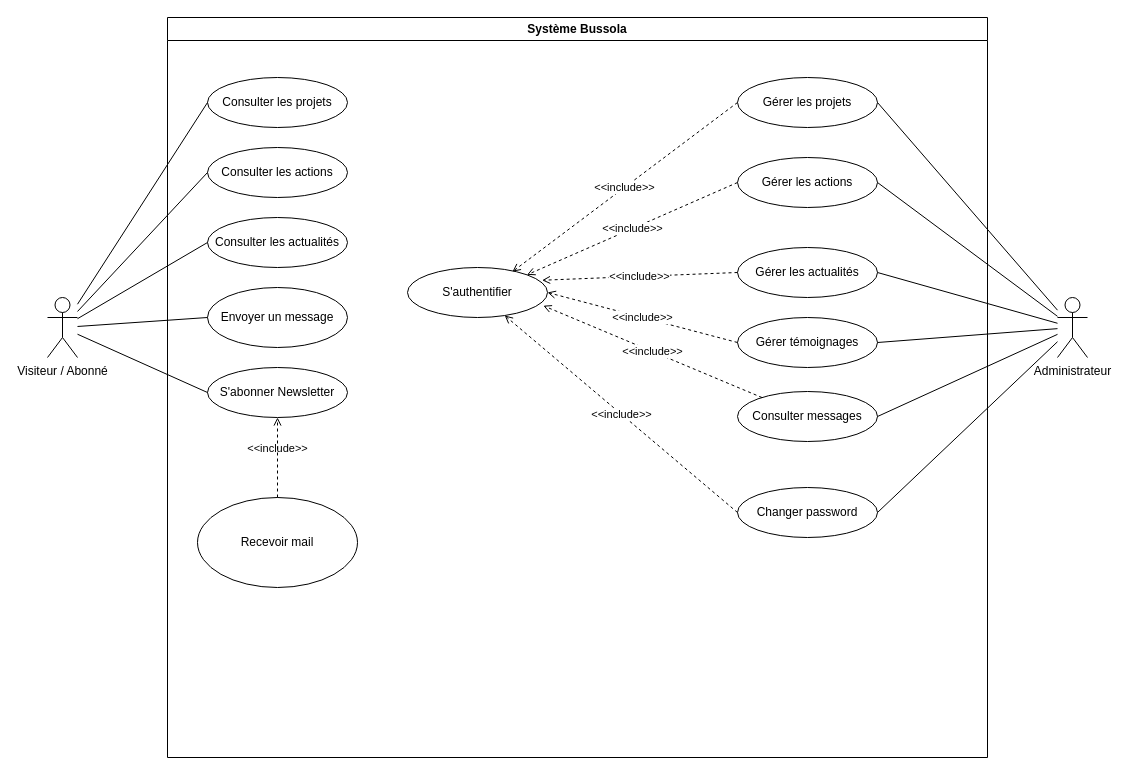
7Bhil/Bussola keeps this draw.io diagram as docs/diagramme/diagramme_cas_utilisation.drawio. Above is the earlier version. Source tidied: cells renumbered, new cells numbered last; positions are measured from the earlier drawing's top-left corner, leaving out a move shared by most shapes. Both pictures are drawn from the tidied source at 100%, with x=0, y=0 at pixel (47, 17).
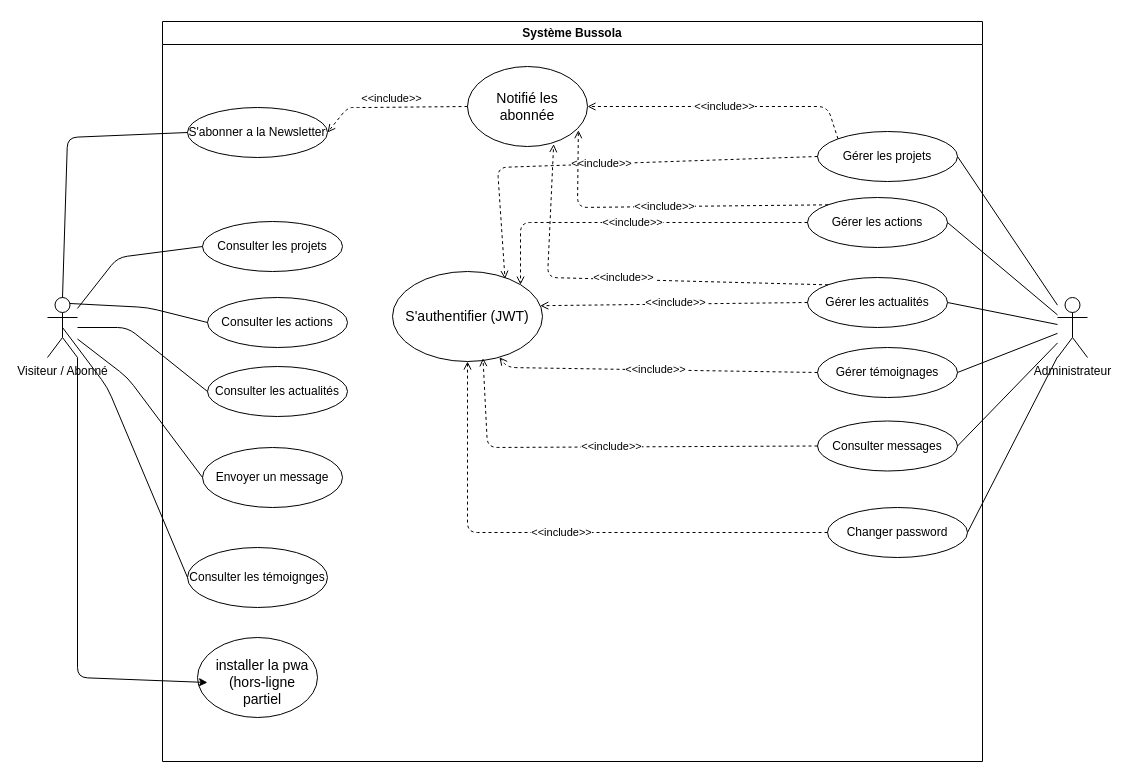
After the change.

The change refers to these unchanged cells:
```xml
<mxCell id="2" value="Visiteur / Abonné" style="shape=umlActor;verticalLabelPosition=bottom;verticalAlign=top;html=1;outlineConnect=0;" parent="1" vertex="1">
  <mxGeometry y="280" width="30" height="60" as="geometry" />
</mxCell>
```

What changed in the source:
```diff
@@
     <mxCell id="4" value="Système Bussola" style="swimlane;whiteSpace=wrap;html=1;startSize=23;" parent="1" vertex="1">
-      <mxGeometry x="120" width="820" height="740" as="geometry" />
+      <mxGeometry x="115" y="4" width="820" height="740" as="geometry" />
     </mxCell>
-    <mxCell id="5" value="S'authentifier" style="ellipse;whiteSpace=wrap;html=1;" parent="4" vertex="1">
-      <mxGeometry x="240" y="250" width="140" height="50" as="geometry" />
+    <mxCell id="5" value="&lt;font style=&quot;font-size: 14px;&quot;&gt;S'authentifier (JWT)&lt;/font&gt;" style="ellipse;whiteSpace=wrap;html=1;" parent="4" vertex="1">
+      <mxGeometry x="230" y="250" width="150" height="90" as="geometry" />
     </mxCell>
     <mxCell id="6" value="Consulter les projets" style="ellipse;whiteSpace=wrap;html=1;" parent="4" vertex="1">
-      <mxGeometry x="40" y="60" width="140" height="50" as="geometry" />
+      <mxGeometry x="40" y="200" width="140" height="50" as="geometry" />
     </mxCell>
     <mxCell id="7" value="Consulter les actions" style="ellipse;whiteSpace=wrap;html=1;" parent="4" vertex="1">
-      <mxGeometry x="40" y="130" width="140" height="50" as="geometry" />
+      <mxGeometry x="45" y="276" width="140" height="50" as="geometry" />
     </mxCell>
     <mxCell id="8" value="Consulter les actualités" style="ellipse;whiteSpace=wrap;html=1;" parent="4" vertex="1">
-      <mxGeometry x="40" y="200" width="140" height="50" as="geometry" />
+      <mxGeometry x="45" y="345" width="140" height="50" as="geometry" />
     </mxCell>
     <mxCell id="9" value="Envoyer un message" style="ellipse;whiteSpace=wrap;html=1;" parent="4" vertex="1">
-      <mxGeometry x="40" y="270" width="140" height="60" as="geometry" />
+      <mxGeometry x="40" y="426" width="140" height="60" as="geometry" />
     </mxCell>
-    <mxCell id="10" value="S'abonner Newsletter" style="ellipse;whiteSpace=wrap;html=1;" parent="4" vertex="1">
-      <mxGeometry x="40" y="350" width="140" height="50" as="geometry" />
-    </mxCell>
     <mxCell id="11" value="Gérer les projets" style="ellipse;whiteSpace=wrap;html=1;" parent="4" vertex="1">
-      <mxGeometry x="570" y="60" width="140" height="50" as="geometry" />
+      <mxGeometry x="655" y="110" width="140" height="50" as="geometry" />
     </mxCell>
     <mxCell id="12" value="Gérer les actions" style="ellipse;whiteSpace=wrap;html=1;" parent="4" vertex="1">
-      <mxGeometry x="570" y="140" width="140" height="50" as="geometry" />
+      <mxGeometry x="645" y="176" width="140" height="50" as="geometry" />
     </mxCell>
     <mxCell id="13" value="Gérer les actualités" style="ellipse;whiteSpace=wrap;html=1;" parent="4" vertex="1">
-      <mxGeometry x="570" y="230" width="140" height="50" as="geometry" />
+      <mxGeometry x="645" y="256" width="140" height="50" as="geometry" />
     </mxCell>
     <mxCell id="14" value="Gérer témoignages" style="ellipse;whiteSpace=wrap;html=1;" parent="4" vertex="1">
-      <mxGeometry x="570" y="300" width="140" height="50" as="geometry" />
+      <mxGeometry x="655" y="326" width="140" height="50" as="geometry" />
     </mxCell>
     <mxCell id="15" value="Consulter messages" style="ellipse;whiteSpace=wrap;html=1;" parent="4" vertex="1">
-      <mxGeometry x="570" y="374" width="140" height="50" as="geometry" />
+      <mxGeometry x="655" y="399.5" width="140" height="50" as="geometry" />
     </mxCell>
     <mxCell id="16" value="Changer password" style="ellipse;whiteSpace=wrap;html=1;" parent="4" vertex="1">
-      <mxGeometry x="570" y="470" width="140" height="50" as="geometry" />
+      <mxGeometry x="665" y="486" width="140" height="50" as="geometry" />
     </mxCell>
     <mxCell id="17" value="&amp;lt;&amp;lt;include&amp;gt;&amp;gt;" style="endArrow=open;dashed=1;html=1;exitX=0;exitY=0.5;entryX=0.75;entryY=0.082;exitDx=0;exitDy=0;entryDx=0;entryDy=0;entryPerimeter=0;" parent="4" edge="1" source="11" target="5">
-      <mxGeometry relative="1" as="geometry" />
+      <mxGeometry relative="1" as="geometry">
+        <Array as="points">
+          <mxPoint x="335" y="146" />
+        </Array>
+      </mxGeometry>
     </mxCell>
     <mxCell id="18" value="&amp;lt;&amp;lt;include&amp;gt;&amp;gt;" style="endArrow=open;dashed=1;html=1;exitX=0;exitY=0.5;entryX=1;entryY=0;exitDx=0;exitDy=0;entryDx=0;entryDy=0;" parent="4" edge="1" source="12" target="5">
-      <mxGeometry relative="1" as="geometry" />
+      <mxGeometry relative="1" as="geometry">
+        <Array as="points">
+          <mxPoint x="358" y="201" />
+        </Array>
+      </mxGeometry>
     </mxCell>
-    <mxCell id="19" value="&amp;lt;&amp;lt;include&amp;gt;&amp;gt;" style="endArrow=open;dashed=1;html=1;exitX=0;exitY=0.5;entryX=0.961;entryY=0.255;exitDx=0;exitDy=0;entryDx=0;entryDy=0;entryPerimeter=0;" parent="4" edge="1" source="13" target="5">
-      <mxGeometry relative="1" as="geometry" />
+    <mxCell id="19" value="&amp;lt;&amp;lt;include&amp;gt;&amp;gt;" style="endArrow=open;dashed=1;html=1;exitX=0;exitY=0.5;entryX=0.985;entryY=0.38;exitDx=0;exitDy=0;entryDx=0;entryDy=0;entryPerimeter=0;" parent="4" edge="1" source="13" target="5">
+      <mxGeometry x="-0.01" y="-2" relative="1" as="geometry" />
     </mxCell>
-    <mxCell id="20" value="&amp;lt;&amp;lt;include&amp;gt;&amp;gt;" style="endArrow=open;dashed=1;html=1;exitX=0;exitY=0.5;exitDx=0;exitDy=0;" parent="4" edge="1" source="14">
+    <mxCell id="20" value="&amp;lt;&amp;lt;include&amp;gt;&amp;gt;" style="endArrow=open;dashed=1;html=1;exitX=0;exitY=0.5;exitDx=0;exitDy=0;" parent="4" edge="1" source="14" target="5">
       <mxGeometry relative="1" as="geometry">
-        <mxPoint x="380" y="275" as="targetPoint" />
+        <Array as="points">
+          <mxPoint x="345" y="346" />
+        </Array>
       </mxGeometry>
     </mxCell>
-    <mxCell id="21" value="&amp;lt;&amp;lt;include&amp;gt;&amp;gt;" style="endArrow=open;dashed=1;html=1;entryX=0.97;entryY=0.764;entryDx=0;entryDy=0;entryPerimeter=0;" parent="4" edge="1" source="15" target="5">
-      <mxGeometry relative="1" as="geometry" />
+    <mxCell id="21" value="&amp;lt;&amp;lt;include&amp;gt;&amp;gt;" style="endArrow=open;dashed=1;html=1;entryX=0.603;entryY=0.986;entryDx=0;entryDy=0;entryPerimeter=0;exitX=0;exitY=0.5;exitDx=0;exitDy=0;" parent="4" edge="1" source="15">
+      <mxGeometry x="-0.02" relative="1" as="geometry">
+        <mxPoint x="320.5" y="336.7" as="targetPoint" />
+        <Array as="points">
+          <mxPoint x="325" y="426" />
+        </Array>
+      </mxGeometry>
     </mxCell>
     <mxCell id="22" value="&amp;lt;&amp;lt;include&amp;gt;&amp;gt;" style="endArrow=open;dashed=1;html=1;exitX=0;exitY=0.5;exitDx=0;exitDy=0;" parent="4" edge="1" source="16" target="5">
-      <mxGeometry relative="1" as="geometry" />
+      <mxGeometry relative="1" as="geometry">
+        <Array as="points">
+          <mxPoint x="305" y="511" />
+        </Array>
+      </mxGeometry>
     </mxCell>
-    <mxCell id="23" value="Recevoir mail" style="ellipse;whiteSpace=wrap;html=1;" parent="4" vertex="1">
-      <mxGeometry x="30" y="480" width="160" height="90" as="geometry" />
-    </mxCell>
-    <mxCell id="24" value="&amp;lt;&amp;lt;include&amp;gt;&amp;gt;" style="html=1;verticalAlign=bottom;labelBackgroundColor=none;endArrow=open;endFill=0;dashed=1;exitX=0.5;exitY=0;exitDx=0;exitDy=0;entryX=0.5;entryY=1;entryDx=0;entryDy=0;" parent="4" edge="1" source="23" target="10">
-      <mxGeometry relative="1" as="geometry" />
-    </mxCell>
+    <mxCell id="36" style="ellipse;whiteSpace=wrap;html=1;" parent="4" vertex="1">
+      <mxGeometry x="35" y="616" width="120" height="80" as="geometry" />
+    </mxCell>
+    <mxCell id="37" value="installer la pwa (hors-ligne partiel" style="text;html=1;align=center;verticalAlign=middle;whiteSpace=wrap;rounded=0;fontSize=14;" parent="4" vertex="1">
+      <mxGeometry x="45" y="646" width="110" height="30" as="geometry" />
+    </mxCell>
+    <mxCell id="38" value="Notifié les abonnée" style="ellipse;whiteSpace=wrap;html=1;fontSize=14;" parent="4" vertex="1">
+      <mxGeometry x="305" y="45" width="120" height="80" as="geometry" />
+    </mxCell>
+    <mxCell id="39" value="&amp;lt;&amp;lt;include&amp;gt;&amp;gt;" style="html=1;verticalAlign=bottom;labelBackgroundColor=none;endArrow=open;endFill=0;dashed=1;exitX=0;exitY=0.5;exitDx=0;exitDy=0;entryX=1;entryY=0.5;entryDx=0;entryDy=0;" parent="4" edge="1" source="38" target="41">
+      <mxGeometry relative="1" as="geometry">
+        <Array as="points">
+          <mxPoint x="205" y="86" />
+          <mxPoint x="185" y="86" />
+        </Array>
+      </mxGeometry>
+    </mxCell>
+    <mxCell id="40" value="Consulter les témoignges" style="ellipse;whiteSpace=wrap;html=1;" parent="4" vertex="1">
+      <mxGeometry x="25" y="526" width="140" height="60" as="geometry" />
+    </mxCell>
+    <mxCell id="41" value="S'abonner a la Newsletter" style="ellipse;whiteSpace=wrap;html=1;" parent="4" vertex="1">
+      <mxGeometry x="25" y="86" width="140" height="50" as="geometry" />
+    </mxCell>
+    <mxCell id="42" value="&amp;lt;&amp;lt;include&amp;gt;&amp;gt;" style="endArrow=open;dashed=1;html=1;exitX=0;exitY=0;entryX=1;entryY=0.5;exitDx=0;exitDy=0;entryDx=0;entryDy=0;" parent="4" edge="1" source="11" target="38">
+      <mxGeometry relative="1" as="geometry">
+        <Array as="points">
+          <mxPoint x="665" y="85" />
+        </Array>
+      </mxGeometry>
+    </mxCell>
+    <mxCell id="43" value="&amp;lt;&amp;lt;include&amp;gt;&amp;gt;" style="endArrow=open;dashed=1;html=1;exitX=0;exitY=0;entryX=0.924;entryY=0.796;exitDx=0;exitDy=0;entryDx=0;entryDy=0;entryPerimeter=0;" parent="4" edge="1" source="12" target="38">
+      <mxGeometry relative="1" as="geometry">
+        <Array as="points">
+          <mxPoint x="415" y="186" />
+        </Array>
+      </mxGeometry>
+    </mxCell>
+    <mxCell id="44" value="&amp;lt;&amp;lt;include&amp;gt;&amp;gt;" style="endArrow=open;dashed=1;html=1;exitX=0;exitY=0;entryX=0.718;entryY=0.97;exitDx=0;exitDy=0;entryDx=0;entryDy=0;entryPerimeter=0;" parent="4" edge="1" source="13" target="38">
+      <mxGeometry x="-0.01" y="-2" relative="1" as="geometry">
+        <Array as="points">
+          <mxPoint x="385" y="256" />
+        </Array>
+      </mxGeometry>
+    </mxCell>
     <mxCell id="25" style="endArrow=none;html=1;entryX=0;entryY=0.5;" parent="1" edge="1" source="2" target="6">
-      <mxGeometry relative="1" as="geometry" />
+      <mxGeometry relative="1" as="geometry">
+        <Array as="points">
+          <mxPoint x="70" y="240" />
+        </Array>
+      </mxGeometry>
     </mxCell>
-    <mxCell id="26" style="endArrow=none;html=1;entryX=0;entryY=0.5;" parent="1" edge="1" source="2" target="7">
-      <mxGeometry relative="1" as="geometry" />
+    <mxCell id="26" style="endArrow=none;html=1;entryX=0;entryY=0.5;exitX=0.75;exitY=0.1;exitDx=0;exitDy=0;exitPerimeter=0;" parent="1" edge="1" source="2" target="7">
+      <mxGeometry relative="1" as="geometry">
+        <Array as="points">
+          <mxPoint x="100" y="290" />
+        </Array>
+      </mxGeometry>
     </mxCell>
     <mxCell id="27" style="endArrow=none;html=1;entryX=0;entryY=0.5;" parent="1" edge="1" source="2" target="8">
-      <mxGeometry relative="1" as="geometry" />
+      <mxGeometry relative="1" as="geometry">
+        <Array as="points">
+          <mxPoint x="80" y="310" />
+        </Array>
+      </mxGeometry>
     </mxCell>
     <mxCell id="28" style="endArrow=none;html=1;entryX=0;entryY=0.5;" parent="1" edge="1" source="2" target="9">
-      <mxGeometry relative="1" as="geometry" />
+      <mxGeometry relative="1" as="geometry">
+        <Array as="points">
+          <mxPoint x="80" y="360" />
+        </Array>
+      </mxGeometry>
     </mxCell>
-    <mxCell id="29" style="endArrow=none;html=1;entryX=0;entryY=0.5;" parent="1" edge="1" source="2" target="10">
-      <mxGeometry relative="1" as="geometry" />
-    </mxCell>
@@
+    <mxCell id="45" style="endArrow=classic;html=1;fontSize=14;entryX=0;entryY=0.5;entryDx=0;entryDy=0;exitX=1;exitY=1;exitDx=0;exitDy=0;exitPerimeter=0;" parent="1" edge="1" source="2" target="37">
+      <mxGeometry relative="1" as="geometry">
+        <Array as="points">
+          <mxPoint x="30" y="660" />
+        </Array>
+      </mxGeometry>
+    </mxCell>
+    <mxCell id="46" style="endArrow=none;html=1;entryX=0;entryY=0.5;entryDx=0;entryDy=0;exitX=0.5;exitY=0.5;exitDx=0;exitDy=0;exitPerimeter=0;" parent="1" edge="1" source="2" target="40">
+      <mxGeometry relative="1" as="geometry">
+        <Array as="points">
+          <mxPoint x="60" y="370" />
+        </Array>
+      </mxGeometry>
+    </mxCell>
+    <mxCell id="47" style="endArrow=none;html=1;fontSize=14;exitX=0.5;exitY=0;exitDx=0;exitDy=0;exitPerimeter=0;entryX=0;entryY=0.5;entryDx=0;entryDy=0;" parent="1" edge="1" source="2" target="41">
+      <mxGeometry relative="1" as="geometry">
+        <Array as="points">
+          <mxPoint x="20" y="120" />
+        </Array>
+      </mxGeometry>
+    </mxCell>
```
